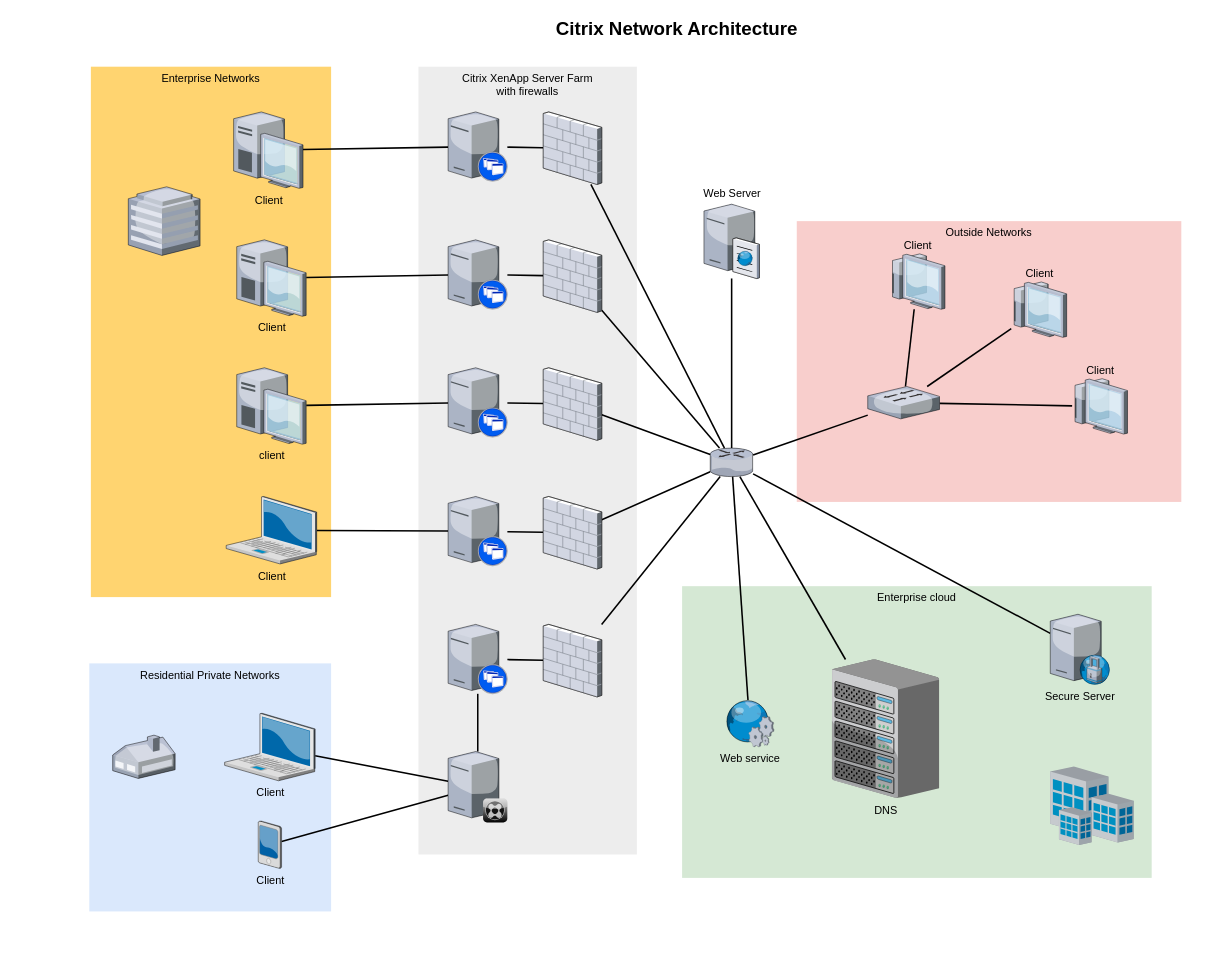
Before: 未命名绘图.drawio in papacs/autoVideo, a draw.io diagram. Source tidied: cells renumbered, new cells numbered last; positions are measured from the earlier drawing's top-left corner, leaving out a move shared by most shapes. Both pictures are drawn from the tidied source at 78%, with x=0, y=0 at pixel (89, 13).
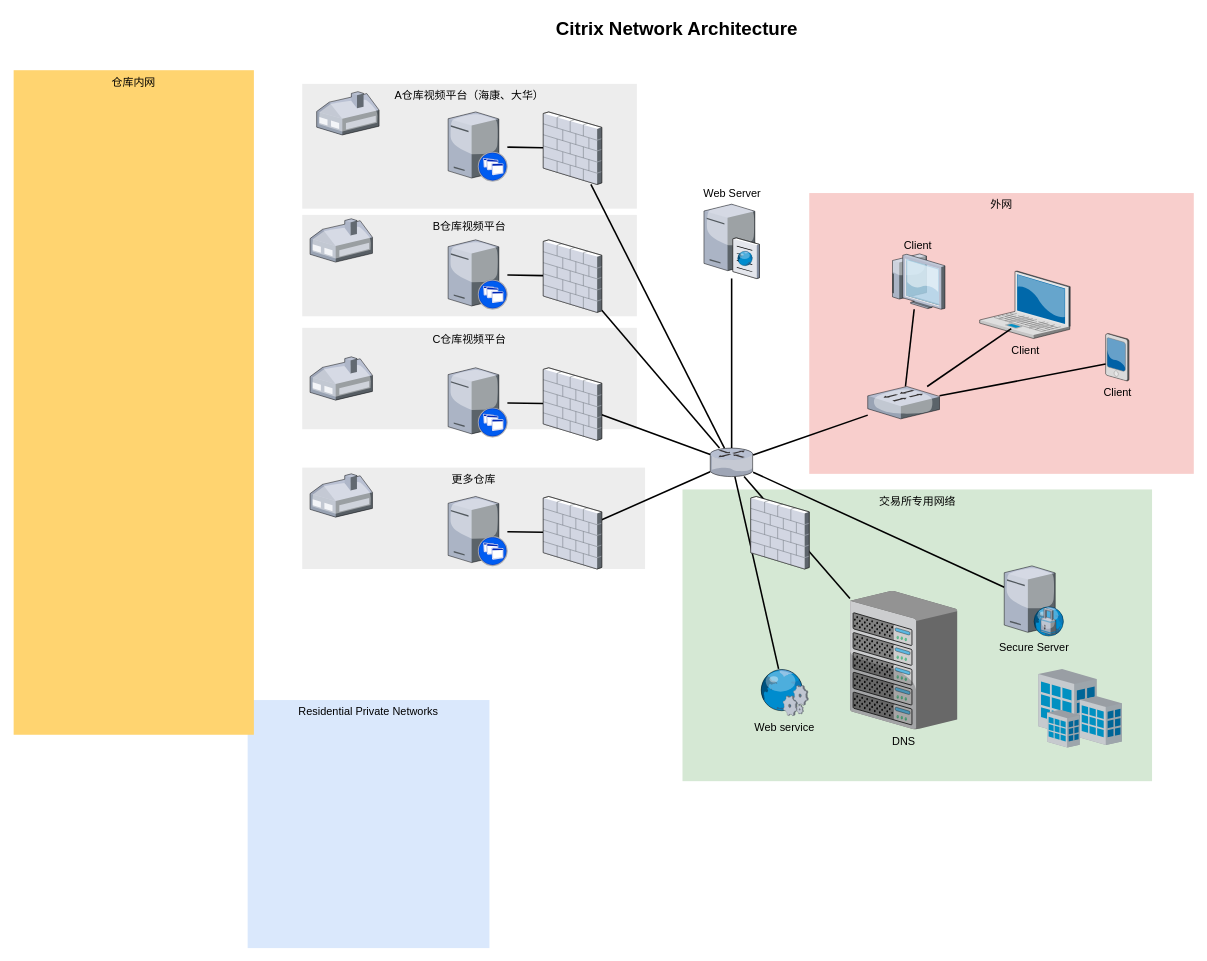
The same page after the edit.

Commit message:
更新未命名绘图.drawio

The change refers to these unchanged cells:
```xml
<mxCell id="22" style="verticalLabelPosition=bottom;html=1;verticalAlign=top;strokeColor=none;shape=mxgraph.citrix.xenapp_server;fillColor=#66B2FF;gradientColor=#0066CC;fontSize=14;" parent="1" vertex="1">
  <mxGeometry x="460" y="619" width="76" height="89" as="geometry" />
</mxCell>
<mxCell id="24" style="verticalLabelPosition=bottom;html=1;verticalAlign=top;strokeColor=none;shape=mxgraph.citrix.xenapp_server;fillColor=#66B2FF;gradientColor=#0066CC;fontSize=14;" parent="1" vertex="1">
  <mxGeometry x="460" y="454" width="76" height="89" as="geometry" />
</mxCell>
<mxCell id="26" style="verticalLabelPosition=bottom;html=1;verticalAlign=top;strokeColor=none;shape=mxgraph.citrix.xenapp_server;fillColor=#66B2FF;gradientColor=#0066CC;fontSize=14;" parent="1" vertex="1">
  <mxGeometry x="460" y="290" width="76" height="89" as="geometry" />
</mxCell>
<mxCell id="28" style="verticalLabelPosition=bottom;html=1;verticalAlign=top;strokeColor=none;shape=mxgraph.citrix.xenapp_server;fillColor=#66B2FF;gradientColor=#0066CC;fontSize=14;" parent="1" vertex="1">
  <mxGeometry x="460" y="126" width="76" height="89" as="geometry" />
</mxCell>
<mxCell id="33" style="verticalLabelPosition=bottom;html=1;verticalAlign=top;strokeColor=none;shape=mxgraph.citrix.router;fillColor=#66B2FF;gradientColor=#0066CC;fontSize=14;" parent="1" vertex="1">
  <mxGeometry x="796" y="557" width="55" height="36.5" as="geometry" />
</mxCell>
<mxCell id="54" style="verticalLabelPosition=bottom;html=1;verticalAlign=top;strokeColor=none;shape=mxgraph.citrix.switch;fillColor=#66B2FF;gradientColor=#0066CC;fontSize=14;" parent="1" vertex="1">
  <mxGeometry x="998" y="478" width="92" height="41.5" as="geometry" />
</mxCell>
```

Diff of the diagram source:
```diff
@@
+    <mxCell id="62" value="更多仓库" style="whiteSpace=wrap;html=1;fillColor=#EDEDED;fontSize=14;strokeColor=none;verticalAlign=top;" parent="1" vertex="1">
+      <mxGeometry x="273" y="582" width="439.5" height="130" as="geometry" />
+    </mxCell>
+    <mxCell id="63" value="C仓库视频平台" style="whiteSpace=wrap;html=1;fillColor=#EDEDED;fontSize=14;strokeColor=none;verticalAlign=top;" parent="1" vertex="1">
+      <mxGeometry x="273" y="402.8" width="429" height="130" as="geometry" />
+    </mxCell>
+    <mxCell id="64" value="B仓库视频平台" style="whiteSpace=wrap;html=1;fillColor=#EDEDED;fontSize=14;strokeColor=none;verticalAlign=top;" parent="1" vertex="1">
+      <mxGeometry x="273" y="258" width="429" height="130" as="geometry" />
+    </mxCell>
-    <mxCell id="2" value="Outside Networks" style="whiteSpace=wrap;html=1;fillColor=#f8cecc;fontSize=14;strokeColor=none;verticalAlign=top;" parent="1" vertex="1">
-      <mxGeometry x="907" y="266" width="493" height="360" as="geometry" />
+    <mxCell id="2" value="外网" style="whiteSpace=wrap;html=1;fillColor=#f8cecc;fontSize=14;strokeColor=none;verticalAlign=top;" parent="1" vertex="1">
+      <mxGeometry x="923" y="230" width="493" height="360" as="geometry" />
     </mxCell>
-    <mxCell id="3" value="Enterprise cloud" style="whiteSpace=wrap;html=1;fillColor=#d5e8d4;fontSize=14;strokeColor=none;verticalAlign=top;" parent="1" vertex="1">
-      <mxGeometry x="760" y="734" width="602" height="374" as="geometry" />
+    <mxCell id="3" value="交易所专用网络" style="whiteSpace=wrap;html=1;fillColor=#d5e8d4;fontSize=14;strokeColor=none;verticalAlign=top;" parent="1" vertex="1">
+      <mxGeometry x="760.5" y="610" width="602" height="374" as="geometry" />
     </mxCell>
-    <mxCell id="4" value="Citrix XenApp Server Farm&lt;div&gt;with firewalls&lt;/div&gt;" style="whiteSpace=wrap;html=1;fillColor=#EDEDED;fontSize=14;strokeColor=none;verticalAlign=top;" parent="1" vertex="1">
-      <mxGeometry x="422" y="68" width="280" height="1010" as="geometry" />
+    <mxCell id="4" value="A仓库视频平台（海康、大华）" style="whiteSpace=wrap;html=1;fillColor=#EDEDED;fontSize=14;strokeColor=none;verticalAlign=top;" parent="1" vertex="1">
+      <mxGeometry x="273" y="90" width="429" height="160" as="geometry" />
     </mxCell>
     <mxCell id="5" value="Residential Private Networks" style="whiteSpace=wrap;html=1;fillColor=#dae8fc;fontSize=14;strokeColor=none;verticalAlign=top;" parent="1" vertex="1">
-      <mxGeometry y="833" width="310" height="318" as="geometry" />
+      <mxGeometry x="203" y="880" width="310" height="318" as="geometry" />
     </mxCell>
-    <mxCell id="6" value="Enterprise Networks" style="whiteSpace=wrap;html=1;fillColor=#FFD470;gradientColor=none;fontSize=14;strokeColor=none;verticalAlign=top;" parent="1" vertex="1">
-      <mxGeometry x="2" y="68" width="308" height="680" as="geometry" />
+    <mxCell id="6" value="仓库内网" style="whiteSpace=wrap;html=1;fillColor=#FFD470;gradientColor=none;fontSize=14;strokeColor=none;verticalAlign=top;" parent="1" vertex="1">
+      <mxGeometry x="-97" y="72.5" width="308" height="852" as="geometry" />
     </mxCell>
-    <mxCell id="7" style="edgeStyle=none;rounded=0;html=1;startSize=10;endSize=10;jettySize=auto;fontSize=14;endArrow=none;endFill=0;strokeWidth=2;" parent="1" edge="1" source="8" target="35">
-      <mxGeometry relative="1" as="geometry" />
-    </mxCell>
-    <mxCell id="8" value="Client" style="verticalLabelPosition=bottom;html=1;verticalAlign=top;strokeColor=none;shape=mxgraph.citrix.laptop_2;fillColor=#66B2FF;gradientColor=#0066CC;fontSize=14;" parent="1" vertex="1">
-      <mxGeometry x="173.5" y="897" width="116" height="86.5" as="geometry" />
-    </mxCell>
-    <mxCell id="9" style="edgeStyle=none;rounded=0;html=1;startSize=10;endSize=10;jettySize=auto;fontSize=14;endArrow=none;endFill=0;strokeWidth=2;" parent="1" edge="1" source="10" target="22">
-      <mxGeometry relative="1" as="geometry" />
-    </mxCell>
     <mxCell id="10" value="Client" style="verticalLabelPosition=bottom;html=1;verticalAlign=top;strokeColor=none;shape=mxgraph.citrix.laptop_2;fillColor=#66B2FF;gradientColor=#0066CC;fontSize=14;" parent="1" vertex="1">
-      <mxGeometry x="175.5" y="619" width="116" height="86.5" as="geometry" />
+      <mxGeometry x="1141.5" y="330" width="116" height="86.5" as="geometry" />
     </mxCell>
-    <mxCell id="11" style="edgeStyle=none;rounded=0;html=1;startSize=10;endSize=10;jettySize=auto;fontSize=14;endArrow=none;endFill=0;strokeWidth=2;" parent="1" edge="1" source="12" target="24">
-      <mxGeometry relative="1" as="geometry" />
-    </mxCell>
-    <mxCell id="12" value="client" style="verticalLabelPosition=bottom;html=1;verticalAlign=top;strokeColor=none;shape=mxgraph.citrix.desktop;fillColor=#66B2FF;gradientColor=#0066CC;fontSize=14;" parent="1" vertex="1">
-      <mxGeometry x="189" y="454" width="89" height="98" as="geometry" />
-    </mxCell>
-    <mxCell id="13" style="edgeStyle=none;rounded=0;html=1;startSize=10;endSize=10;jettySize=auto;fontSize=14;endArrow=none;endFill=0;strokeWidth=2;" parent="1" edge="1" source="14" target="26">
-      <mxGeometry relative="1" as="geometry" />
-    </mxCell>
-    <mxCell id="14" value="Client" style="verticalLabelPosition=bottom;html=1;verticalAlign=top;strokeColor=none;shape=mxgraph.citrix.desktop;fillColor=#66B2FF;gradientColor=#0066CC;fontSize=14;" parent="1" vertex="1">
-      <mxGeometry x="189" y="290" width="89" height="98" as="geometry" />
-    </mxCell>
-    <mxCell id="15" style="edgeStyle=none;rounded=0;html=1;startSize=10;endSize=10;jettySize=auto;fontSize=14;endArrow=none;endFill=0;strokeWidth=2;" parent="1" edge="1" source="16" target="28">
-      <mxGeometry relative="1" as="geometry" />
-    </mxCell>
-    <mxCell id="16" value="Client" style="verticalLabelPosition=bottom;html=1;verticalAlign=top;strokeColor=none;shape=mxgraph.citrix.desktop;fillColor=#66B2FF;gradientColor=#0066CC;fontSize=14;" parent="1" vertex="1">
-      <mxGeometry x="185" y="126" width="89" height="98" as="geometry" />
-    </mxCell>
-    <mxCell id="17" style="edgeStyle=none;rounded=0;html=1;startSize=10;endSize=10;jettySize=auto;fontSize=14;endArrow=none;endFill=0;strokeWidth=2;" parent="1" edge="1" source="18" target="35">
-      <mxGeometry relative="1" as="geometry" />
-    </mxCell>
     <mxCell id="18" value="Client" style="verticalLabelPosition=bottom;html=1;verticalAlign=top;strokeColor=none;shape=mxgraph.citrix.pda;fillColor=#66B2FF;gradientColor=#0066CC;fontSize=14;" parent="1" vertex="1">
-      <mxGeometry x="216.5" y="1035" width="30" height="61" as="geometry" />
+      <mxGeometry x="1303" y="410" width="30" height="61" as="geometry" />
     </mxCell>
-    <mxCell id="19" style="edgeStyle=none;rounded=0;html=1;startSize=10;endSize=10;jettySize=auto;fontSize=14;endArrow=none;endFill=0;strokeWidth=2;" parent="1" edge="1" source="20" target="47">
-      <mxGeometry relative="1" as="geometry" />
-    </mxCell>
-    <mxCell id="20" style="verticalLabelPosition=bottom;html=1;verticalAlign=top;strokeColor=none;shape=mxgraph.citrix.xenapp_server;fillColor=#66B2FF;gradientColor=#0066CC;fontSize=14;" parent="1" vertex="1">
-      <mxGeometry x="460" y="783" width="76" height="89" as="geometry" />
-    </mxCell>
@@
-    <mxCell id="34" style="edgeStyle=none;rounded=0;html=1;startSize=10;endSize=10;jettySize=auto;fontSize=14;endArrow=none;endFill=0;strokeWidth=2;" parent="1" edge="1" source="35" target="20">
-      <mxGeometry relative="1" as="geometry" />
-    </mxCell>
-    <mxCell id="35" style="verticalLabelPosition=bottom;html=1;verticalAlign=top;strokeColor=none;shape=mxgraph.citrix.xenclient_synchronizer;fillColor=#CCCCCC;gradientColor=#000000;gradientDirection=south;fontSize=14;" parent="1" vertex="1">
-      <mxGeometry x="460" y="946" width="76" height="91" as="geometry" />
-    </mxCell>
@@
     <mxCell id="37" value="DNS" style="verticalLabelPosition=bottom;html=1;verticalAlign=top;strokeColor=none;shape=mxgraph.citrix.chassis;fillColor=#66B2FF;gradientColor=#0066CC;fontSize=14;" parent="1" vertex="1">
-      <mxGeometry x="952" y="828" width="137.5" height="177.5" as="geometry" />
+      <mxGeometry x="975.2" y="740" width="137.5" height="177.5" as="geometry" />
     </mxCell>
@@
-    <mxCell id="46" style="edgeStyle=none;rounded=0;html=1;startSize=10;endSize=10;jettySize=auto;fontSize=14;endArrow=none;endFill=0;strokeWidth=2;" parent="1" edge="1" source="47" target="33">
-      <mxGeometry relative="1" as="geometry" />
-    </mxCell>
-    <mxCell id="47" style="verticalLabelPosition=bottom;html=1;verticalAlign=top;strokeColor=none;shape=mxgraph.citrix.firewall;fillColor=#66B2FF;gradientColor=#0066CC;fontSize=14;" parent="1" vertex="1">
-      <mxGeometry x="582" y="783" width="75" height="93" as="geometry" />
-    </mxCell>
-    <mxCell id="48" style="verticalLabelPosition=bottom;html=1;verticalAlign=top;strokeColor=none;shape=mxgraph.citrix.home_office;fillColor=#66B2FF;gradientColor=#0066CC;fontSize=14;" parent="1" vertex="1">
-      <mxGeometry x="30" y="925" width="80" height="55.5" as="geometry" />
-    </mxCell>
-    <mxCell id="49" style="verticalLabelPosition=bottom;html=1;verticalAlign=top;strokeColor=none;shape=mxgraph.citrix.hq_enterprise;fillColor=#66B2FF;gradientColor=#0066CC;fontSize=14;" parent="1" vertex="1">
-      <mxGeometry x="50" y="222" width="92" height="88" as="geometry" />
-    </mxCell>
     <mxCell id="50" value="Secure Server" style="verticalLabelPosition=bottom;html=1;verticalAlign=top;strokeColor=none;shape=mxgraph.citrix.proxy_server;fillColor=#66B2FF;gradientColor=#0066CC;fontSize=14;" parent="1" vertex="1">
-      <mxGeometry x="1232" y="770" width="76.5" height="90" as="geometry" />
+      <mxGeometry x="1173" y="708" width="76.5" height="90" as="geometry" />
     </mxCell>
@@
-    <mxCell id="52" style="edgeStyle=none;rounded=0;html=1;startSize=10;endSize=10;jettySize=auto;fontSize=14;endArrow=none;endFill=0;strokeWidth=2;" parent="1" edge="1" source="54" target="56">
-      <mxGeometry relative="1" as="geometry" />
+    <mxCell id="52" style="edgeStyle=none;rounded=0;html=1;startSize=10;endSize=10;jettySize=auto;fontSize=14;endArrow=none;endFill=0;strokeWidth=2;" parent="1" edge="1" source="54">
+      <mxGeometry relative="1" as="geometry">
+        <mxPoint x="1182" y="403.9" as="targetPoint" />
+      </mxGeometry>
     </mxCell>
-    <mxCell id="53" style="edgeStyle=none;rounded=0;html=1;startSize=10;endSize=10;jettySize=auto;fontSize=14;endArrow=none;endFill=0;strokeWidth=2;" parent="1" edge="1" source="54" target="55">
-      <mxGeometry relative="1" as="geometry" />
+    <mxCell id="53" style="edgeStyle=none;rounded=0;html=1;startSize=10;endSize=10;jettySize=auto;fontSize=14;endArrow=none;endFill=0;strokeWidth=2;" parent="1" edge="1" source="54">
+      <mxGeometry relative="1" as="geometry">
+        <mxPoint x="1303" y="449.3" as="targetPoint" />
+      </mxGeometry>
     </mxCell>
@@
-    <mxCell id="55" value="Client" style="verticalLabelPosition=top;html=1;verticalAlign=bottom;strokeColor=none;shape=mxgraph.citrix.thin_client;fillColor=#66B2FF;gradientColor=#0066CC;fontSize=14;labelPosition=center;align=center;" parent="1" vertex="1">
-      <mxGeometry x="1260" y="468" width="71" height="71" as="geometry" />
-    </mxCell>
-    <mxCell id="56" value="Client" style="verticalLabelPosition=top;html=1;verticalAlign=bottom;strokeColor=none;shape=mxgraph.citrix.thin_client;fillColor=#66B2FF;gradientColor=#0066CC;fontSize=14;labelPosition=center;align=center;" parent="1" vertex="1">
-      <mxGeometry x="1182" y="344" width="71" height="71" as="geometry" />
-    </mxCell>
@@
     <mxCell id="59" value="Web service" style="verticalLabelPosition=bottom;html=1;verticalAlign=top;strokeColor=none;shape=mxgraph.citrix.web_service;fillColor=#66B2FF;gradientColor=#0066CC;fontSize=14;" parent="1" vertex="1">
-      <mxGeometry x="815" y="880" width="63" height="60" as="geometry" />
+      <mxGeometry x="859" y="840" width="63" height="60" as="geometry" />
     </mxCell>
     <mxCell id="60" style="verticalLabelPosition=bottom;html=1;verticalAlign=top;strokeColor=none;shape=mxgraph.citrix.site;fillColor=#66B2FF;gradientColor=#0066CC;fontSize=14;" parent="1" vertex="1">
-      <mxGeometry x="1232" y="965" width="107" height="101" as="geometry" />
+      <mxGeometry x="1216.8" y="840" width="107" height="101" as="geometry" />
     </mxCell>
@@
+    <mxCell id="65" style="verticalLabelPosition=bottom;html=1;verticalAlign=top;strokeColor=none;shape=mxgraph.citrix.home_office;fillColor=#66B2FF;gradientColor=#0066CC;fontSize=14;" parent="1" vertex="1">
+      <mxGeometry x="291.5" y="100" width="80" height="55.5" as="geometry" />
+    </mxCell>
+    <mxCell id="66" style="verticalLabelPosition=bottom;html=1;verticalAlign=top;strokeColor=none;shape=mxgraph.citrix.home_office;fillColor=#66B2FF;gradientColor=#0066CC;fontSize=14;" parent="1" vertex="1">
+      <mxGeometry x="283" y="263" width="80" height="55.5" as="geometry" />
+    </mxCell>
+    <mxCell id="67" style="verticalLabelPosition=bottom;html=1;verticalAlign=top;strokeColor=none;shape=mxgraph.citrix.home_office;fillColor=#66B2FF;gradientColor=#0066CC;fontSize=14;" parent="1" vertex="1">
+      <mxGeometry x="283" y="440" width="80" height="55.5" as="geometry" />
+    </mxCell>
+    <mxCell id="68" style="verticalLabelPosition=bottom;html=1;verticalAlign=top;strokeColor=none;shape=mxgraph.citrix.home_office;fillColor=#66B2FF;gradientColor=#0066CC;fontSize=14;" parent="1" vertex="1">
+      <mxGeometry x="283" y="590" width="80" height="55.5" as="geometry" />
+    </mxCell>
+    <mxCell id="69" style="verticalLabelPosition=bottom;html=1;verticalAlign=top;strokeColor=none;shape=mxgraph.citrix.firewall;fillColor=#66B2FF;gradientColor=#0066CC;fontSize=14;" parent="1" vertex="1">
+      <mxGeometry x="848" y="619" width="75" height="93" as="geometry" />
+    </mxCell>
```
